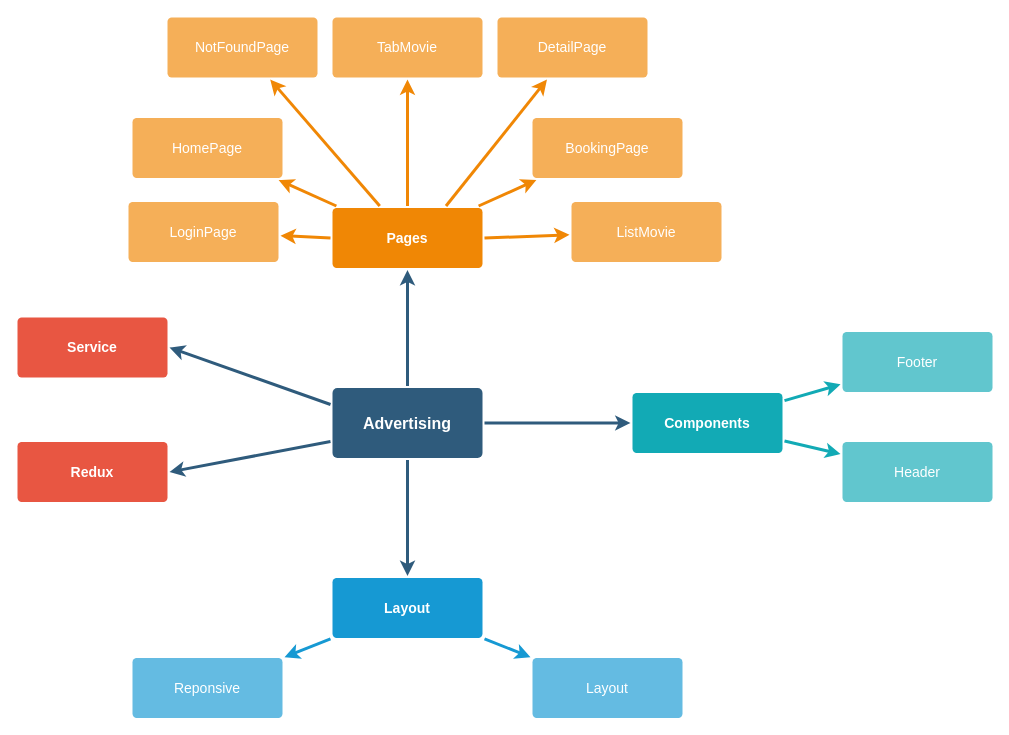
huynhthom/my-note keeps this draw.io diagram as Biểu đồ không có tiêu đề.drawio. Above is the earlier version. Source tidied: cells renumbered, new cells numbered last; positions are measured from the earlier drawing's top-left corner, leaving out a move shared by most shapes. Both pictures are drawn from the tidied source at 100%, with x=0, y=0 at pixel (17, 17).
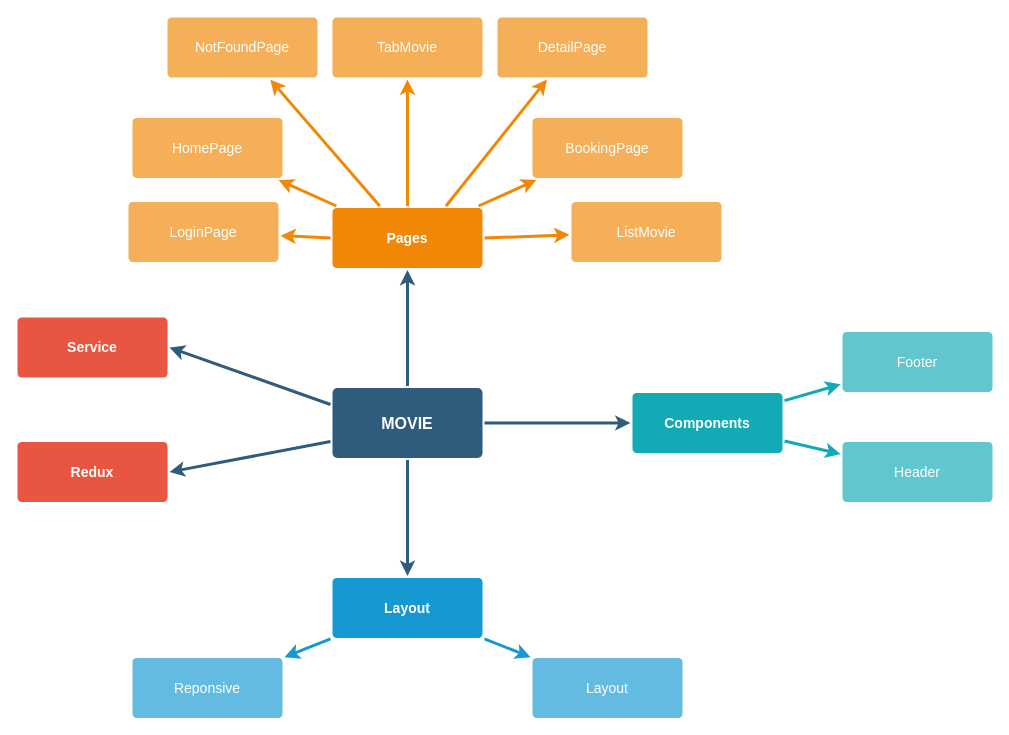
Above is the later version.

The edit, as a diff of the source:
```diff
@@
-    <mxCell id="6" value="Advertising" style="rounded=1;whiteSpace=wrap;html=1;shadow=0;labelBackgroundColor=none;strokeColor=none;strokeWidth=3;fillColor=#2F5B7C;fontFamily=Helvetica;fontSize=16;fontColor=#FFFFFF;align=center;fontStyle=1;spacing=5;arcSize=7;perimeterSpacing=2;" parent="1" vertex="1">
+    <mxCell id="6" value="MOVIE" style="rounded=1;whiteSpace=wrap;html=1;shadow=0;labelBackgroundColor=none;strokeColor=none;strokeWidth=3;fillColor=#2F5B7C;fontFamily=Helvetica;fontSize=16;fontColor=#FFFFFF;align=center;fontStyle=1;spacing=5;arcSize=7;perimeterSpacing=2;" parent="1" vertex="1">
       <mxGeometry x="315" y="370.5" width="150" height="70" as="geometry" />
     </mxCell>
```
